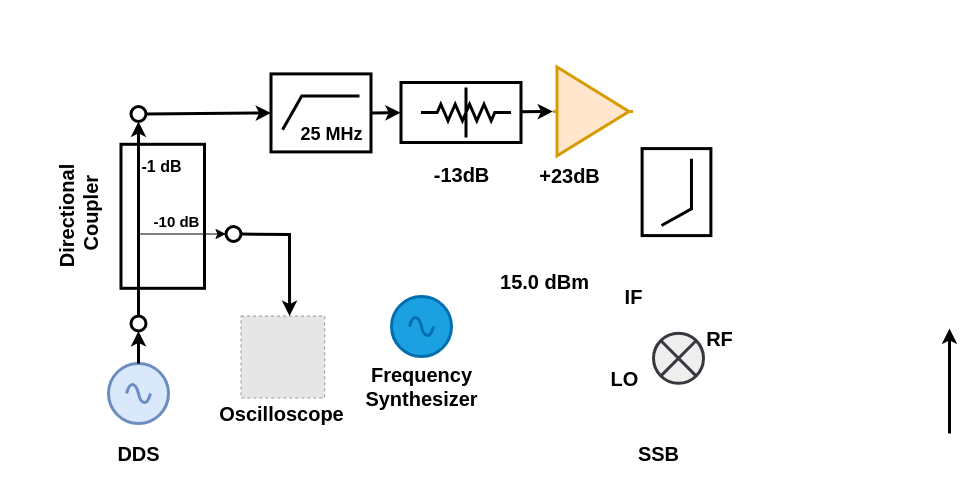
The draw.io diagram Block_Diagram/MicrowaveSystem.drawio in QuantumDevil/DissertationPlot, before the edit. Source tidied: cells renumbered, new cells numbered last; positions are measured from the earlier drawing's top-left corner, leaving out a move shared by most shapes. Both pictures are drawn from the tidied source at 100%, with x=0, y=0 at pixel (18, 67). Pictures stored in the file or linked from it are replaced by grey dashed boxes.
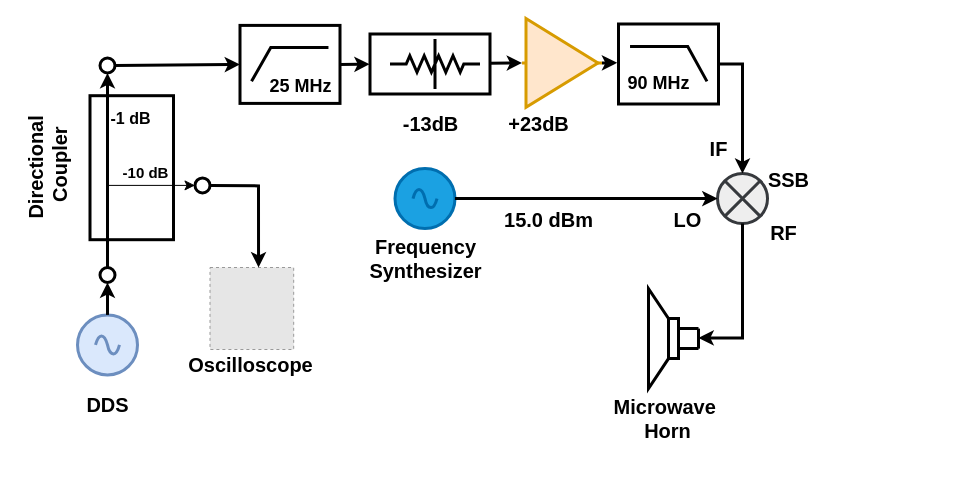
After the change.

What changed in the source:
```diff
@@
     <mxCell id="2" style="verticalLabelPosition=bottom;shadow=0;dashed=0;align=center;html=1;verticalAlign=top;shape=mxgraph.electrical.signal_sources.source;points=[[0.5,0,0],[1,0.5,0],[0.5,1,0],[0,0.5,0]];elSignalType=ac;strokeWidth=3;fillColor=#dae8fc;strokeColor=#6c8ebf;" parent="1" vertex="1">
-      <mxGeometry x="90" y="296" width="60" height="60" as="geometry" />
+      <mxGeometry x="59" y="247.4" width="60" height="60" as="geometry" />
     </mxCell>
     <mxCell id="3" style="verticalLabelPosition=bottom;shadow=0;dashed=0;align=center;html=1;verticalAlign=top;shape=mxgraph.electrical.signal_sources.source;points=[[0.5,0,0],[1,0.5,0],[0.5,1,0],[0,0.5,0]];elSignalType=ac;strokeWidth=3;fillColor=#1ba1e2;strokeColor=#006EAF;fontColor=#ffffff;" parent="1" vertex="1">
-      <mxGeometry x="373" y="229" width="60" height="60" as="geometry" />
+      <mxGeometry x="376.5" y="101.1" width="60" height="60" as="geometry" />
     </mxCell>
     <mxCell id="4" style="verticalLabelPosition=bottom;shadow=0;dashed=0;align=center;html=1;verticalAlign=top;shape=mxgraph.electrical.abstract.multiplier;strokeWidth=3;fillColor=#eeeeee;strokeColor=#36393d;" parent="1" vertex="1">
-      <mxGeometry x="635" y="265.8" width="50" height="50" as="geometry" />
+      <mxGeometry x="699" y="106.1" width="50" height="50" as="geometry" />
     </mxCell>
     <mxCell id="5" value="Frequency&lt;div&gt;Synthesizer&lt;/div&gt;" style="text;html=1;align=center;verticalAlign=middle;strokeColor=none;fillColor=none;strokeWidth=1;fontFamily=Congenial;fontSize=20;fontStyle=1;" parent="1" vertex="1">
-      <mxGeometry x="338" y="289" width="130" height="60" as="geometry" />
+      <mxGeometry x="341.5" y="161.1" width="130" height="60" as="geometry" />
     </mxCell>
     <mxCell id="6" value="&lt;div&gt;DDS&lt;/div&gt;" style="text;html=1;align=center;verticalAlign=middle;strokeColor=none;fillColor=none;strokeWidth=1;fontFamily=Congenial;fontSize=20;fontStyle=1;" parent="1" vertex="1">
-      <mxGeometry x="90" y="366" width="60" height="40" as="geometry" />
+      <mxGeometry x="59" y="317.4" width="60" height="40" as="geometry" />
     </mxCell>
     <mxCell id="7" value="&lt;div&gt;SSB&lt;/div&gt;" style="text;html=1;align=center;verticalAlign=middle;strokeColor=none;fillColor=none;strokeWidth=1;fontFamily=Congenial;fontSize=20;fontStyle=1;" parent="1" vertex="1">
-      <mxGeometry x="610" y="366" width="60" height="40" as="geometry" />
+      <mxGeometry x="740" y="92.2" width="60" height="40" as="geometry" />
     </mxCell>
     <mxCell id="8" value="15.0 dBm" style="text;html=1;align=center;verticalAlign=middle;strokeColor=none;fillColor=none;strokeWidth=1;fontFamily=Congenial;fontSize=20;fontStyle=1;rotation=0;" parent="1" vertex="1">
-      <mxGeometry x="471" y="194" width="110" height="40" as="geometry" />
+      <mxGeometry x="475" y="132.2" width="110" height="40" as="geometry" />
     </mxCell>
-    <mxCell id="9" style="endArrow=classic;html=1;rounded=0;strokeWidth=3;entryX=0.5;entryY=1;entryDx=0;entryDy=0;entryPerimeter=0;exitX=0.5;exitY=0;exitDx=0;exitDy=0;exitPerimeter=0;" parent="1" edge="1">
+    <mxCell id="9" style="endArrow=classic;html=1;rounded=0;strokeWidth=3;entryX=0;entryY=0.507;entryDx=0;entryDy=0;entryPerimeter=0;exitX=0.5;exitY=1;exitDx=0;exitDy=0;exitPerimeter=0;" parent="1" edge="1" source="4" target="43">
       <mxGeometry relative="1" as="geometry">
-        <mxPoint x="931" y="366" as="sourcePoint" />
-        <mxPoint x="931" y="261" as="targetPoint" />
+        <Array as="points">
+          <mxPoint x="724" y="270.4" />
+        </Array>
       </mxGeometry>
     </mxCell>
     <mxCell id="10" value="&lt;div&gt;IF&lt;/div&gt;" style="text;html=1;align=center;verticalAlign=middle;strokeColor=none;fillColor=none;strokeWidth=1;fontFamily=Congenial;fontSize=20;fontStyle=1;" parent="1" vertex="1">
-      <mxGeometry x="595" y="208.5" width="40" height="40" as="geometry" />
+      <mxGeometry x="680" y="61.1" width="40" height="40" as="geometry" />
     </mxCell>
     <mxCell id="11" value="&lt;div&gt;LO&lt;/div&gt;" style="text;html=1;align=center;verticalAlign=middle;strokeColor=none;fillColor=none;strokeWidth=1;fontFamily=Congenial;fontSize=20;fontStyle=1;" parent="1" vertex="1">
-      <mxGeometry x="581" y="290.5" width="50" height="40" as="geometry" />
+      <mxGeometry x="644" y="132.2" width="50" height="40" as="geometry" />
     </mxCell>
     <mxCell id="12" value="&lt;div&gt;RF&lt;/div&gt;" style="text;html=1;align=center;verticalAlign=middle;strokeColor=none;fillColor=none;strokeWidth=1;fontFamily=Congenial;fontSize=20;fontStyle=1;" parent="1" vertex="1">
-      <mxGeometry x="676" y="250.8" width="50" height="40" as="geometry" />
+      <mxGeometry x="740" y="145.4" width="50" height="40" as="geometry" />
     </mxCell>
     <mxCell id="13" style="verticalLabelPosition=bottom;shadow=0;dashed=0;align=center;html=1;verticalAlign=top;shape=mxgraph.electrical.abstract.amplifier;strokeWidth=3;fillColor=#ffe6cc;strokeColor=#d79b00;" parent="1" vertex="1">
-      <mxGeometry x="534.5" y="-0.5" width="80" height="88.9" as="geometry" />
+      <mxGeometry x="503.5" y="-49" width="80" height="88.9" as="geometry" />
     </mxCell>
     <mxCell id="14" value="+23dB" style="text;html=1;align=center;verticalAlign=middle;strokeColor=none;fillColor=none;strokeWidth=1;fontFamily=Congenial;fontSize=20;fontStyle=1;" parent="1" vertex="1">
-      <mxGeometry x="511" y="88.4" width="80" height="40" as="geometry" />
+      <mxGeometry x="480" y="36.4" width="80" height="40" as="geometry" />
     </mxCell>
     <mxCell id="15" style="group;" parent="1" vertex="1">
-      <mxGeometry x="382.5" y="15" width="120" height="60" as="geometry" />
+      <mxGeometry x="351.5" y="-33.5" width="120" height="60" as="geometry" />
     </mxCell>
@@
     <mxCell id="19" value="-13dB" style="text;html=1;align=center;verticalAlign=middle;strokeColor=none;fillColor=none;strokeWidth=1;fontFamily=Congenial;fontSize=20;fontStyle=1;" parent="1" vertex="1">
-      <mxGeometry x="407.5" y="87.4" width="70" height="40" as="geometry" />
+      <mxGeometry x="376.5" y="36.4" width="70" height="40" as="geometry" />
     </mxCell>
     <mxCell id="20" style="verticalLabelPosition=bottom;shadow=0;dashed=0;align=center;html=1;verticalAlign=top;shape=mxgraph.electrical.logic_gates.highpass_filter;strokeWidth=3;" parent="1" vertex="1">
-      <mxGeometry x="252.5" y="6.4" width="100" height="78" as="geometry" />
+      <mxGeometry x="221.5" y="-42.1" width="100" height="78" as="geometry" />
     </mxCell>
@@
     <mxCell id="23" value="Directional&lt;div&gt;&amp;nbsp;Coupler&lt;/div&gt;" style="text;html=1;align=center;verticalAlign=middle;strokeColor=none;fillColor=none;fontSize=20;fontFamily=Congenial;fontStyle=1;rotation=270;" parent="1" vertex="1">
-      <mxGeometry y="119" width="120" height="60" as="geometry" />
+      <mxGeometry x="-31" y="70.4" width="120" height="60" as="geometry" />
     </mxCell>
     <mxCell id="24" style="ellipse;whiteSpace=wrap;html=1;strokeWidth=3;" parent="1" vertex="1">
-      <mxGeometry x="112.5" y="248.5" width="15" height="15" as="geometry" />
+      <mxGeometry x="81.5" y="200" width="15" height="15" as="geometry" />
     </mxCell>
     <mxCell id="25" style="rounded=0;whiteSpace=wrap;html=1;strokeWidth=3;direction=south;" parent="1" vertex="1">
-      <mxGeometry x="102.5" y="76.8" width="83.5" height="144" as="geometry" />
+      <mxGeometry x="71.5" y="28.2" width="83.5" height="144" as="geometry" />
     </mxCell>
     <mxCell id="26" style="ellipse;whiteSpace=wrap;html=1;strokeWidth=3;" parent="1" vertex="1">
-      <mxGeometry x="112.5" y="39" width="15" height="15" as="geometry" />
+      <mxGeometry x="81.5" y="-9.5" width="15" height="15" as="geometry" />
     </mxCell>
     <mxCell id="27" style="ellipse;whiteSpace=wrap;html=1;strokeWidth=3;" parent="1" vertex="1">
-      <mxGeometry x="207.5" y="159" width="15" height="15" as="geometry" />
+      <mxGeometry x="176.5" y="110.4" width="15" height="15" as="geometry" />
     </mxCell>
@@
     <mxCell id="29" style="edgeStyle=segmentEdgeStyle;endArrow=classic;html=1;curved=0;rounded=0;endSize=8;startSize=8;entryX=0;entryY=0.5;entryDx=0;entryDy=0;" parent="1" edge="1" target="27">
       <mxGeometry relative="1" as="geometry">
-        <mxPoint x="119.5" y="219" as="sourcePoint" />
+        <mxPoint x="88.5" y="170.4" as="sourcePoint" />
         <Array as="points">
-          <mxPoint x="119.5" y="167" />
+          <mxPoint x="88.5" y="118.4" />
         </Array>
       </mxGeometry>
     </mxCell>
     <mxCell id="30" value="-10 dB" style="text;html=1;align=center;verticalAlign=middle;strokeColor=none;fillColor=none;fontSize=15;fontFamily=Congenial;fontStyle=1;" parent="1" vertex="1">
-      <mxGeometry x="122.5" y="139" width="70" height="30" as="geometry" />
+      <mxGeometry x="91.5" y="90.4" width="70" height="30" as="geometry" />
     </mxCell>
     <mxCell id="31" value="-1 dB" style="text;html=1;align=center;verticalAlign=middle;strokeColor=none;fillColor=none;fontSize=16;fontFamily=Congenial;fontStyle=1;rotation=0;" parent="1" vertex="1">
-      <mxGeometry x="112.5" y="84.4" width="60" height="30" as="geometry" />
+      <mxGeometry x="81.5" y="35.9" width="60" height="30" as="geometry" />
     </mxCell>
@@
     <mxCell id="34" style="fillColor=#E6E6E6;strokeColor=#999999;dashed=1;verticalLabelPosition=bottom;labelBackgroundColor=default;verticalAlign=top;" parent="1" vertex="1">
-      <mxGeometry x="222.5" y="248.5" width="83.7" height="82" as="geometry" />
+      <mxGeometry x="191.5" y="200" width="83.7" height="82" as="geometry" />
     </mxCell>
     <mxCell id="35" value="&lt;div&gt;Oscilloscope&lt;/div&gt;" style="text;html=1;align=center;verticalAlign=middle;strokeColor=none;fillColor=none;strokeWidth=1;fontFamily=Congenial;fontSize=20;fontStyle=1;" parent="1" vertex="1">
-      <mxGeometry x="192.5" y="326" width="140" height="40" as="geometry" />
+      <mxGeometry x="161.5" y="277.4" width="140" height="40" as="geometry" />
     </mxCell>
-    <mxCell id="36" style="verticalLabelPosition=bottom;shadow=0;dashed=0;align=center;html=1;verticalAlign=top;shape=mxgraph.electrical.logic_gates.lowpass_filter;strokeWidth=3;direction=south;" parent="1" vertex="1">
-      <mxGeometry x="623.6" y="81.1" width="68.8" height="87" as="geometry" />
+    <mxCell id="36" style="verticalLabelPosition=bottom;shadow=0;dashed=0;align=center;html=1;verticalAlign=top;shape=mxgraph.electrical.logic_gates.lowpass_filter;strokeWidth=3;direction=east;" parent="1" vertex="1">
+      <mxGeometry x="600" y="-43.5" width="100" height="80" as="geometry" />
     </mxCell>
     <mxCell id="37" value="&lt;div&gt;25 MHz&lt;/div&gt;" style="text;html=1;align=center;verticalAlign=middle;strokeColor=none;fillColor=none;strokeWidth=1;fontFamily=Congenial;fontSize=18;fontStyle=1;" parent="1" vertex="1">
-      <mxGeometry x="272.5" y="47.4" width="80" height="40" as="geometry" />
+      <mxGeometry x="241.5" y="-1.1" width="80" height="40" as="geometry" />
     </mxCell>
     <mxCell id="38" style="endArrow=classic;html=1;rounded=0;exitX=1;exitY=0.5;exitDx=0;exitDy=0;entryX=0.58;entryY=-0.001;entryDx=0;entryDy=0;entryPerimeter=0;strokeWidth=3;" parent="1" edge="1" source="27" target="34">
       <mxGeometry relative="1" as="geometry">
         <Array as="points">
-          <mxPoint x="271" y="167" />
+          <mxPoint x="240" y="118.4" />
         </Array>
       </mxGeometry>
     </mxCell>
+    <mxCell id="39" style="endArrow=classic;html=1;rounded=0;strokeWidth=3;entryX=0.041;entryY=-0.014;entryDx=0;entryDy=0;entryPerimeter=0;exitX=1;exitY=0.5;exitDx=0;exitDy=0;exitPerimeter=0;" parent="1" edge="1" source="13" target="41">
+      <mxGeometry relative="1" as="geometry" />
+    </mxCell>
+    <mxCell id="40" style="endArrow=classic;html=1;rounded=0;strokeWidth=3;exitX=1;exitY=0.5;exitDx=0;exitDy=0;exitPerimeter=0;entryX=0;entryY=0.5;entryDx=0;entryDy=0;entryPerimeter=0;" parent="1" edge="1" source="3" target="4">
+      <mxGeometry relative="1" as="geometry" />
+    </mxCell>
+    <mxCell id="41" value="&lt;div&gt;90 MHz&lt;/div&gt;" style="text;html=1;align=center;verticalAlign=middle;points=[];strokeColor=none;fillColor=none;strokeWidth=1;fontFamily=Congenial;fontSize=18;fontStyle=1;" parent="1" vertex="1">
+      <mxGeometry x="595" y="-4.1" width="90" height="40" as="geometry" />
+    </mxCell>
+    <mxCell id="42" style="endArrow=classic;html=1;rounded=0;exitX=1;exitY=0.5;exitDx=0;exitDy=0;exitPerimeter=0;entryX=0.5;entryY=0;entryDx=0;entryDy=0;entryPerimeter=0;strokeWidth=3;" parent="1" edge="1" source="36" target="4">
+      <mxGeometry relative="1" as="geometry">
+        <Array as="points">
+          <mxPoint x="724" y="-3.5" />
+        </Array>
+      </mxGeometry>
+    </mxCell>
+    <mxCell id="43" style="verticalLabelPosition=bottom;shadow=0;dashed=0;align=center;html=1;verticalAlign=top;shape=mxgraph.electrical.electro-mechanical.loudspeaker;direction=west;strokeWidth=3;" parent="1" vertex="1">
+      <mxGeometry x="630" y="221.1" width="50" height="100" as="geometry" />
+    </mxCell>
+    <mxCell id="44" style="endArrow=none;html=1;rounded=0;exitX=0;exitY=0.4;exitDx=0;exitDy=0;exitPerimeter=0;entryX=0;entryY=0.6;entryDx=0;entryDy=0;entryPerimeter=0;strokeWidth=3;" parent="1" edge="1" source="43" target="43">
+      <mxGeometry relative="1" as="geometry" />
+    </mxCell>
+    <mxCell id="45" value="&lt;div&gt;Microwave&amp;nbsp;&lt;/div&gt;&lt;div&gt;Horn&lt;/div&gt;" style="text;html=1;align=center;verticalAlign=middle;strokeColor=none;fillColor=none;strokeWidth=1;fontFamily=Congenial;fontSize=20;fontStyle=1;" parent="1" vertex="1">
+      <mxGeometry x="583.5" y="321.1" width="130" height="60" as="geometry" />
+    </mxCell>
```
